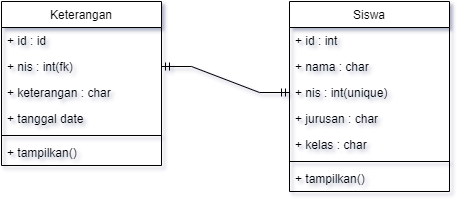
This is classdiagram-facepresensi.drawio.png from ditanursabila/face-presensi, a draw.io export, as it was before one commit. Source tidied: cells renumbered, new cells last; positions are measured from the earlier drawing's top-left corner, leaving out a move shared by most shapes.
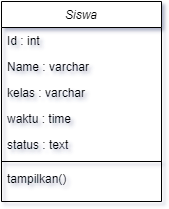
The same diagram one commit later.

The edit, as a diff of the source:
```diff
@@ -2,58 +2,29 @@
   <root>
     <mxCell id="0" />
     <mxCell id="1" parent="0" />
-    <mxCell id="2" value="Keterangan" style="swimlane;fontStyle=0;align=center;verticalAlign=top;horizontal=1;startSize=26;rounded=0;shadow=0;strokeWidth=1;" parent="1" vertex="1">
-      <mxGeometry width="160" height="164" as="geometry" />
+    <mxCell id="2" value="Siswa" style="swimlane;fontStyle=2;align=center;verticalAlign=top;horizontal=1;startSize=26;rounded=0;shadow=0;strokeWidth=1;" parent="1" vertex="1">
+      <mxGeometry width="160" height="200" as="geometry" />
     </mxCell>
-    <mxCell id="3" value="+ id : id" style="text;align=left;verticalAlign=top;spacingLeft=4;spacingRight=4;overflow=hidden;" parent="2" vertex="1">
+    <mxCell id="3" value="Id : int " style="text;align=left;verticalAlign=top;spacingLeft=4;spacingRight=4;overflow=hidden;" parent="2" vertex="1">
       <mxGeometry y="26" width="160" height="26" as="geometry" />
     </mxCell>
-    <mxCell id="4" value="+ nis : int(fk)" style="text;align=left;verticalAlign=top;spacingLeft=4;spacingRight=4;overflow=hidden;points=[[0,0.5],[1,0.5]];portConstraint=eastwest;rounded=0;shadow=0;html=0;" parent="2" vertex="1">
+    <mxCell id="4" value="Name : varchar" style="text;align=left;verticalAlign=top;spacingLeft=4;spacingRight=4;overflow=hidden;points=[[0,0.5],[1,0.5]];portConstraint=eastwest;rounded=0;shadow=0;html=0;" parent="2" vertex="1">
       <mxGeometry y="52" width="160" height="26" as="geometry" />
     </mxCell>
-    <mxCell id="5" value="+ keterangan : char" style="text;align=left;verticalAlign=top;spacingLeft=4;spacingRight=4;overflow=hidden;rounded=0;shadow=0;html=0;" parent="2" vertex="1">
-      <mxGeometry y="78" width="160" height="26" as="geometry" />
-    </mxCell>
-    <mxCell id="6" value="+ tanggal date&#10;" style="text;align=left;verticalAlign=top;spacingLeft=4;spacingRight=4;overflow=hidden;rounded=0;shadow=0;html=0;" parent="2" vertex="1">
-      <mxGeometry y="104" width="160" height="26" as="geometry" />
+    <mxCell id="6" value="kelas : varchar" style="text;align=left;verticalAlign=top;spacingLeft=4;spacingRight=4;overflow=hidden;rounded=0;shadow=0;html=0;" parent="2" vertex="1">
+      <mxGeometry y="78" width="160" height="26" as="geometry" />
     </mxCell>
+    <mxCell id="18" value="waktu : time" style="text;align=left;verticalAlign=top;spacingLeft=4;spacingRight=4;overflow=hidden;rounded=0;shadow=0;html=0;" parent="2" vertex="1">
+      <mxGeometry y="104" width="160" height="26" as="geometry" />
+    </mxCell>
+    <mxCell id="19" value="status : text" style="text;align=left;verticalAlign=top;spacingLeft=4;spacingRight=4;overflow=hidden;rounded=0;shadow=0;html=0;" parent="2" vertex="1">
+      <mxGeometry y="130" width="160" height="26" as="geometry" />
+    </mxCell>
     <mxCell id="7" style="line;html=1;strokeWidth=1;align=left;verticalAlign=middle;spacingTop=-1;spacingLeft=3;spacingRight=3;labelPosition=right;" parent="2" vertex="1">
-      <mxGeometry y="130" width="160" height="8" as="geometry" />
+      <mxGeometry y="156" width="160" height="8" as="geometry" />
     </mxCell>
-    <mxCell id="8" value="+ tampilkan()" style="text;align=left;verticalAlign=top;spacingLeft=4;spacingRight=4;overflow=hidden;" parent="2" vertex="1">
-      <mxGeometry y="138" width="160" height="26" as="geometry" />
+    <mxCell id="8" value="tampilkan()" style="text;align=left;verticalAlign=top;spacingLeft=4;spacingRight=4;overflow=hidden;" parent="2" vertex="1">
+      <mxGeometry y="164" width="160" height="26" as="geometry" />
     </mxCell>
-    <mxCell id="9" value="Siswa" style="swimlane;fontStyle=0;align=center;verticalAlign=top;horizontal=1;startSize=26;rounded=0;shadow=0;strokeWidth=1;" parent="1" vertex="1">
-      <mxGeometry x="288" width="160" height="190" as="geometry" />
-    </mxCell>
-    <mxCell id="10" value="+ id : int" style="text;align=left;verticalAlign=top;spacingLeft=4;spacingRight=4;overflow=hidden;" parent="9" vertex="1">
-      <mxGeometry y="26" width="160" height="26" as="geometry" />
-    </mxCell>
-    <mxCell id="11" value="+ nama : char" style="text;align=left;verticalAlign=top;spacingLeft=4;spacingRight=4;overflow=hidden;rounded=0;shadow=0;html=0;" parent="9" vertex="1">
-      <mxGeometry y="52" width="160" height="26" as="geometry" />
-    </mxCell>
-    <mxCell id="12" value="+ nis : int(unique)" style="text;align=left;verticalAlign=top;spacingLeft=4;spacingRight=4;overflow=hidden;points=[[0,0.5],[1,0.5]];portConstraint=eastwest;rounded=0;shadow=0;html=0;" parent="9" vertex="1">
-      <mxGeometry y="78" width="160" height="26" as="geometry" />
-    </mxCell>
-    <mxCell id="13" value="+ jurusan : char" style="text;align=left;verticalAlign=top;spacingLeft=4;spacingRight=4;overflow=hidden;rounded=0;shadow=0;html=0;" parent="9" vertex="1">
-      <mxGeometry y="104" width="160" height="26" as="geometry" />
-    </mxCell>
-    <mxCell id="14" value="+ kelas : char" style="text;align=left;verticalAlign=top;spacingLeft=4;spacingRight=4;overflow=hidden;rounded=0;shadow=0;html=0;" parent="9" vertex="1">
-      <mxGeometry y="130" width="160" height="26" as="geometry" />
-    </mxCell>
-    <mxCell id="15" style="line;html=1;strokeWidth=1;align=left;verticalAlign=middle;spacingTop=-1;spacingLeft=3;spacingRight=3;labelPosition=right;" parent="9" vertex="1">
-      <mxGeometry y="156" width="160" height="8" as="geometry" />
-    </mxCell>
-    <mxCell id="16" value="+ tampilkan()" style="text;align=left;verticalAlign=top;spacingLeft=4;spacingRight=4;overflow=hidden;" parent="9" vertex="1">
-      <mxGeometry y="164" width="160" height="26" as="geometry" />
-    </mxCell>
-    <mxCell id="17" style="edgeStyle=entityRelationEdgeStyle;fontSize=12;html=1;endArrow=ERmandOne;startArrow=ERmandOne;rounded=0;exitX=1;exitY=0.5;exitDx=0;exitDy=0;" parent="1" edge="1" source="4" target="12">
-      <mxGeometry relative="1" as="geometry">
-        <Array as="points">
-          <mxPoint x="160" y="80" />
-          <mxPoint x="170" y="70" />
-        </Array>
-      </mxGeometry>
-    </mxCell>
   </root>
 </mxGraphModel>
```
